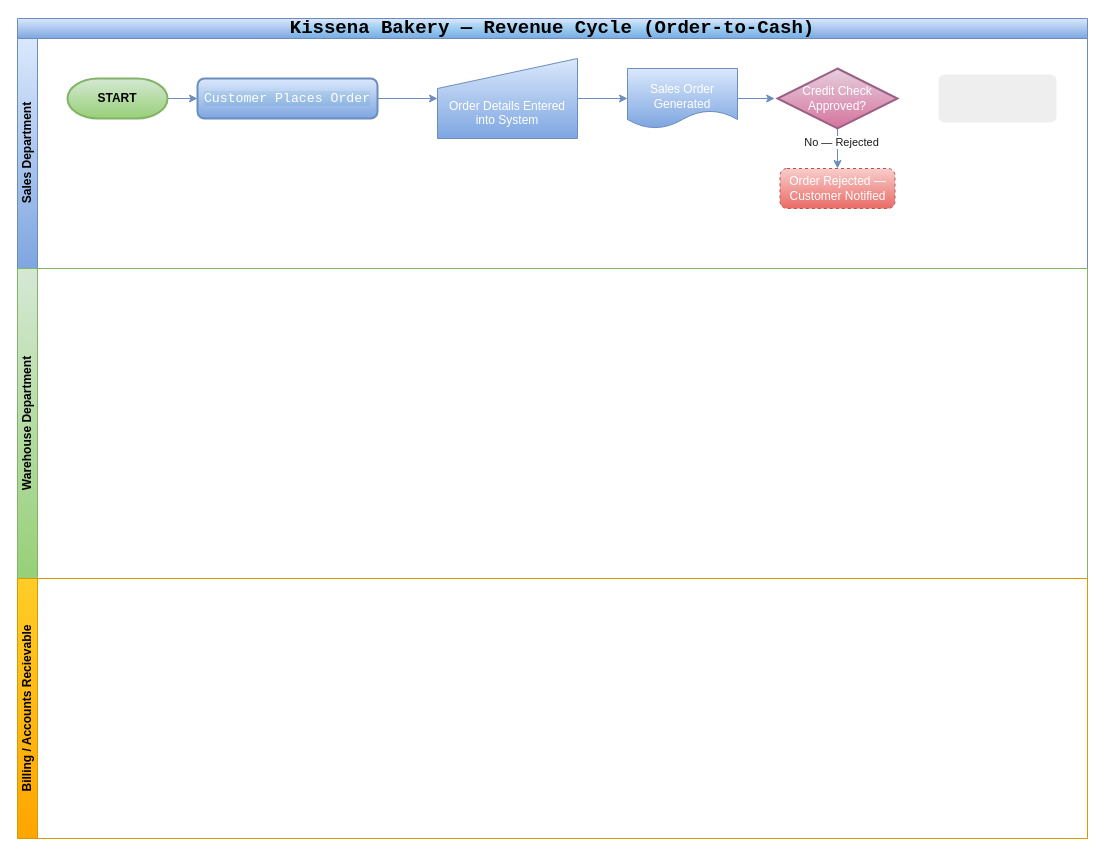
Earlier version of the draw.io diagram Revenue_Cycle_Controls.drawio (junoldlibayo/drawio). Source tidied: cells renumbered, new cells numbered last; positions are measured from the earlier drawing's top-left corner, leaving out a move shared by most shapes. Both pictures are drawn from the tidied source at 100%, with x=0, y=0 at pixel (17, 18).
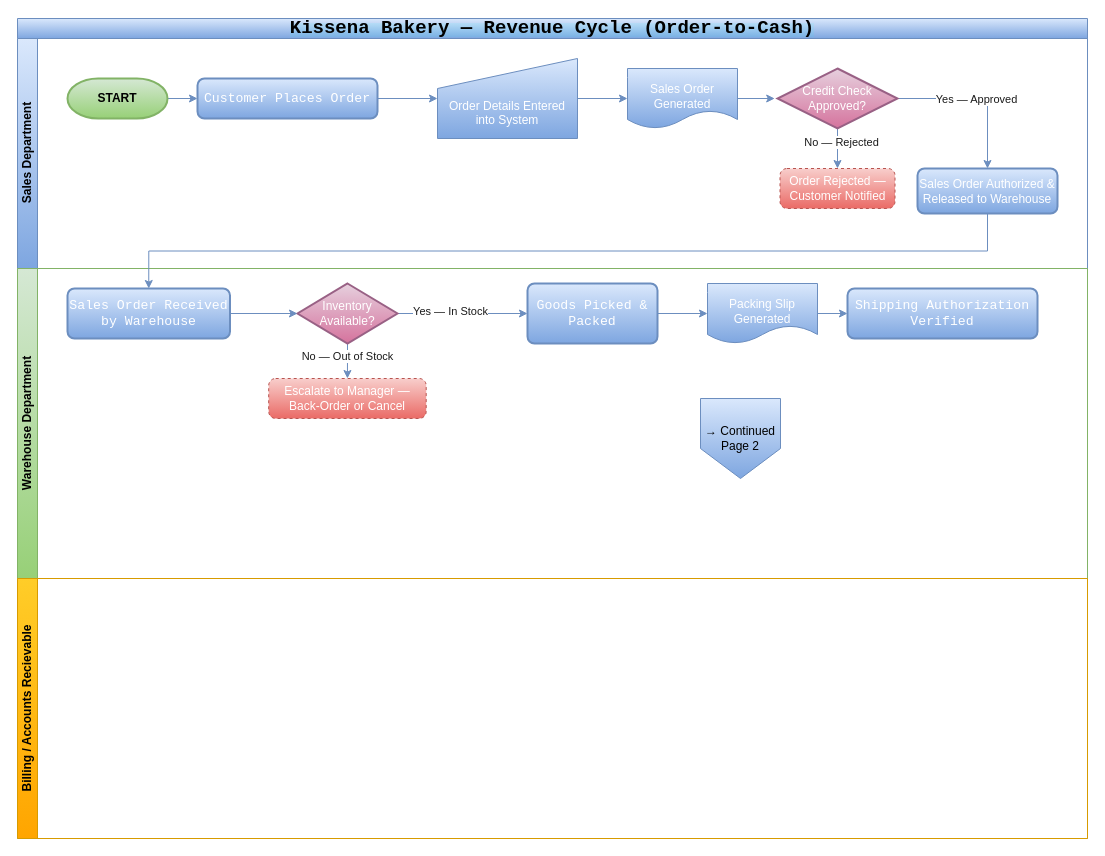
The same page after the edit.

Unchanged cells that the change refers to:
```xml
<mxCell id="2" value="&lt;span style=&quot;font-family: &amp;quot;Share Tech Mono&amp;quot;, monospace; text-wrap-mode: wrap; background-color: rgba(0, 245, 255, 0.08);&quot;&gt;&lt;font style=&quot;font-size: 19px;&quot;&gt;Kissena Bakery — Revenue Cycle (Order-to-Cash)&lt;/font&gt;&lt;/span&gt;" style="swimlane;horizontal=1;startSize=20;html=1;strokeColor=#6c8ebf;fillColor=#dae8fc;align=center;labelBackgroundColor=none;gradientColor=#7ea6e0;verticalAlign=middle;whiteSpace=wrap;fontColor=light-dark(#000000,#FFFFFF);" parent="1" vertex="1">
  <mxGeometry width="1070" height="820" as="geometry" />
</mxCell>
<mxCell id="3" value="Sales Department" style="swimlane;startSize=20;horizontal=0;html=1;strokeColor=#6c8ebf;fillColor=#dae8fc;labelBackgroundColor=none;gradientColor=#7ea6e0;" parent="2" vertex="1">
  <mxGeometry y="20" width="1070" height="230" as="geometry" />
</mxCell>
<mxCell id="13" value="&lt;font style=&quot;color: light-dark(rgb(255, 255, 255), rgb(255, 255, 255));&quot;&gt;Credit Check Approved?&lt;/font&gt;" style="strokeWidth=2;html=1;shape=mxgraph.flowchart.decision;whiteSpace=wrap;strokeColor=#996185;fillColor=#e6d0de;gradientColor=#d5739d;" parent="3" vertex="1">
  <mxGeometry x="760" y="30" width="120" height="60" as="geometry" />
</mxCell>
<mxCell id="17" value="Warehouse Department" style="swimlane;startSize=20;horizontal=0;html=1;strokeColor=#82b366;fillColor=#d5e8d4;labelBackgroundColor=none;gradientColor=#97d077;verticalAlign=middle;whiteSpace=wrap;" parent="2" vertex="1">
  <mxGeometry y="250" width="1070" height="310" as="geometry" />
</mxCell>
```

Diff of the diagram source:
```diff
@@
-    <mxCell id="7" value="&lt;span style=&quot;font-family: &amp;quot;Share Tech Mono&amp;quot;, monospace; font-size: 13.192px; text-align: start; background-color: rgba(0, 115, 123, 0.08);&quot;&gt;Customer Places Order&lt;/span&gt;" style="rounded=1;whiteSpace=wrap;html=1;absoluteArcSize=1;arcSize=14;strokeWidth=2;strokeColor=#6c8ebf;fillColor=#dae8fc;gradientColor=#7ea6e0;fontColor=light-dark(#FFFFFF,#FFFFFF);" parent="3" vertex="1">
+    <mxCell id="7" value="&lt;span style=&quot;font-family: &amp;quot;Share Tech Mono&amp;quot;, monospace; font-size: 13.192px; text-align: start;&quot;&gt;Customer Places Order&lt;/span&gt;" style="rounded=1;whiteSpace=wrap;html=1;absoluteArcSize=1;arcSize=14;strokeWidth=2;strokeColor=#6c8ebf;fillColor=#dae8fc;gradientColor=#7ea6e0;fontColor=light-dark(#FFFFFF,#FFFFFF);" parent="3" vertex="1">
       <mxGeometry x="180" y="40" width="180" height="40" as="geometry" />
     </mxCell>
@@
+    <mxCell id="19" style="edgeStyle=orthogonalEdgeStyle;rounded=0;jettySize=auto;html=1;exitX=1;exitY=0.5;exitDx=0;exitDy=0;exitPerimeter=0;entryX=0.5;entryY=0;entryDx=0;entryDy=0;strokeColor=#6c8ebf;fontColor=#FFFFFF;fillColor=#dae8fc;gradientColor=#7ea6e0;" parent="3" edge="1" source="13" target="16">
+      <mxGeometry relative="1" as="geometry">
+        <Array as="points">
+          <mxPoint x="970" y="60" />
+        </Array>
+      </mxGeometry>
+    </mxCell>
+    <mxCell id="20" value="Yes — Approved" style="edgeLabel;html=1;align=center;verticalAlign=middle;strokeColor=#FFFFFF;fontColor=#1A1A1A;fillColor=#EEEEEE;" parent="19" vertex="1">
+      <mxGeometry x="-0.03" relative="1" as="geometry" />
+    </mxCell>
@@
-    <mxCell id="16" style="rounded=1;whiteSpace=wrap;html=1;absoluteArcSize=1;arcSize=14;strokeWidth=2;strokeColor=#FFFFFF;fontColor=#1A1A1A;fillColor=#EEEEEE;" parent="3" vertex="1">
-      <mxGeometry x="920" y="35" width="120" height="50" as="geometry" />
+    <mxCell id="16" value="&lt;font style=&quot;color: light-dark(rgb(255, 255, 255), rgb(255, 255, 255));&quot;&gt;Sales Order Authorized &amp;amp; Released to Warehouse&lt;/font&gt;" style="rounded=1;whiteSpace=wrap;html=1;absoluteArcSize=1;arcSize=14;strokeWidth=2;strokeColor=#6c8ebf;fillColor=#dae8fc;gradientColor=#7ea6e0;" parent="3" vertex="1">
+      <mxGeometry x="900" y="130" width="140" height="45" as="geometry" />
     </mxCell>
@@
+    <mxCell id="21" value="&lt;span style=&quot;font-family: &amp;quot;Share Tech Mono&amp;quot;, monospace; font-size: 13.192px; text-align: start;&quot;&gt;Sales Order Received by Warehouse&lt;/span&gt;" style="rounded=1;whiteSpace=wrap;html=1;absoluteArcSize=1;arcSize=14;strokeWidth=2;strokeColor=#6c8ebf;fillColor=#dae8fc;gradientColor=#7ea6e0;fontColor=light-dark(#FFFFFF,#FFFFFF);" parent="17" vertex="1">
+      <mxGeometry x="50" y="20" width="162.5" height="50" as="geometry" />
+    </mxCell>
+    <mxCell id="22" style="edgeStyle=orthogonalEdgeStyle;rounded=0;jettySize=auto;html=1;exitX=0.5;exitY=1;exitDx=0;exitDy=0;exitPerimeter=0;entryX=0.5;entryY=0;entryDx=0;entryDy=0;strokeColor=#6c8ebf;fontColor=#FFFFFF;fillColor=#dae8fc;gradientColor=#7ea6e0;" parent="17" edge="1" source="26" target="28">
+      <mxGeometry relative="1" as="geometry" />
+    </mxCell>
+    <mxCell id="23" value="No — Out of Stock" style="edgeLabel;html=1;align=center;verticalAlign=middle;strokeColor=#FFFFFF;fontColor=#1A1A1A;fillColor=#EEEEEE;" parent="22" vertex="1">
+      <mxGeometry x="-0.27" relative="1" as="geometry" />
+    </mxCell>
+    <mxCell id="24" style="edgeStyle=orthogonalEdgeStyle;rounded=0;jettySize=auto;html=1;exitX=1;exitY=0.5;exitDx=0;exitDy=0;exitPerimeter=0;entryX=0;entryY=0.5;entryDx=0;entryDy=0;strokeColor=#6c8ebf;fontColor=#FFFFFF;fillColor=#dae8fc;gradientColor=#7ea6e0;" parent="17" edge="1" source="26" target="30">
+      <mxGeometry relative="1" as="geometry" />
+    </mxCell>
+    <mxCell id="25" value="Yes — In Stock" style="edgeLabel;html=1;align=center;verticalAlign=middle;strokeColor=#FFFFFF;fontColor=#1A1A1A;fillColor=#EEEEEE;" parent="24" vertex="1">
+      <mxGeometry x="-0.2" y="3" relative="1" as="geometry" />
+    </mxCell>
+    <mxCell id="26" value="&lt;font style=&quot;color: light-dark(rgb(255, 255, 255), rgb(255, 255, 255));&quot;&gt;Inventory Available?&lt;/font&gt;" style="strokeWidth=2;html=1;shape=mxgraph.flowchart.decision;whiteSpace=wrap;strokeColor=#996185;fillColor=#e6d0de;gradientColor=#d5739d;" parent="17" vertex="1">
+      <mxGeometry x="280" y="15" width="100" height="60" as="geometry" />
+    </mxCell>
+    <mxCell id="27" style="edgeStyle=orthogonalEdgeStyle;rounded=0;jettySize=auto;html=1;exitX=1;exitY=0.5;exitDx=0;exitDy=0;entryX=0;entryY=0.5;entryDx=0;entryDy=0;entryPerimeter=0;strokeColor=#6c8ebf;fontColor=#FFFFFF;fillColor=#dae8fc;gradientColor=#7ea6e0;" parent="17" edge="1" source="21" target="26">
+      <mxGeometry relative="1" as="geometry" />
+    </mxCell>
+    <mxCell id="28" value="&lt;font style=&quot;color: light-dark(rgb(255, 255, 255), rgb(255, 255, 255));&quot;&gt;Escalate to Manager — Back-Order or Cancel&lt;/font&gt;" style="rounded=1;whiteSpace=wrap;html=1;absoluteArcSize=1;arcSize=14;strokeWidth=1;strokeColor=#b85450;fillColor=#f8cecc;gradientColor=#ea6b66;dashed=1;" parent="17" vertex="1">
+      <mxGeometry x="251.2" y="110" width="157.5" height="40" as="geometry" />
+    </mxCell>
+    <mxCell id="29" style="edgeStyle=orthogonalEdgeStyle;rounded=0;jettySize=auto;html=1;exitX=1;exitY=0.5;exitDx=0;exitDy=0;entryX=0;entryY=0.5;entryDx=0;entryDy=0;strokeColor=#6c8ebf;fontColor=#FFFFFF;fillColor=#dae8fc;gradientColor=#7ea6e0;" parent="17" edge="1" source="30" target="32">
+      <mxGeometry relative="1" as="geometry" />
+    </mxCell>
+    <mxCell id="30" value="&lt;div style=&quot;&quot;&gt;&lt;font face=&quot;Share Tech Mono, monospace&quot;&gt;&lt;span style=&quot;font-size: 13.192px;&quot;&gt;Goods Picked &amp;amp; Packed&lt;/span&gt;&lt;/font&gt;&lt;/div&gt;" style="rounded=1;whiteSpace=wrap;html=1;absoluteArcSize=1;arcSize=14;strokeWidth=2;strokeColor=#6c8ebf;fillColor=#dae8fc;gradientColor=#7ea6e0;fontColor=light-dark(#FFFFFF,#FFFFFF);align=center;" parent="17" vertex="1">
+      <mxGeometry x="510" y="15" width="130" height="60" as="geometry" />
+    </mxCell>
+    <mxCell id="31" style="edgeStyle=orthogonalEdgeStyle;rounded=0;jettySize=auto;html=1;exitX=1;exitY=0.5;exitDx=0;exitDy=0;entryX=0;entryY=0.5;entryDx=0;entryDy=0;strokeColor=#6c8ebf;fontColor=#FFFFFF;fillColor=#dae8fc;gradientColor=#7ea6e0;" parent="17" edge="1" source="32" target="33">
+      <mxGeometry relative="1" as="geometry" />
+    </mxCell>
+    <mxCell id="32" value="&lt;font style=&quot;color: light-dark(rgb(255, 255, 255), rgb(255, 255, 255));&quot;&gt;&lt;br&gt;Packing Slip Generated&lt;/font&gt;" style="shape=document;whiteSpace=wrap;html=1;boundedLbl=1;strokeColor=#6c8ebf;fillColor=#dae8fc;gradientColor=#7ea6e0;" parent="17" vertex="1">
+      <mxGeometry x="690" y="15" width="110" height="60" as="geometry" />
+    </mxCell>
+    <mxCell id="33" value="&lt;span style=&quot;font-family: &amp;quot;Share Tech Mono&amp;quot;, monospace; font-size: 13.192px; text-align: start;&quot;&gt;Shipping Authorization Verified&lt;/span&gt;" style="rounded=1;whiteSpace=wrap;html=1;absoluteArcSize=1;arcSize=14;strokeWidth=2;strokeColor=#6c8ebf;fillColor=#dae8fc;gradientColor=#7ea6e0;fontColor=light-dark(#FFFFFF,#FFFFFF);" parent="17" vertex="1">
+      <mxGeometry x="830" y="20" width="190" height="50" as="geometry" />
+    </mxCell>
+    <mxCell id="34" value="&lt;font style=&quot;color: light-dark(rgb(0, 0, 0), rgb(255, 255, 255));&quot;&gt;→ Continued Page 2&lt;/font&gt;" style="shape=offPageConnector;whiteSpace=wrap;html=1;strokeColor=#6c8ebf;fillColor=#dae8fc;gradientColor=#7ea6e0;" parent="17" vertex="1">
+      <mxGeometry x="683" y="130" width="80" height="80" as="geometry" />
+    </mxCell>
@@
+    <mxCell id="35" style="edgeStyle=orthogonalEdgeStyle;rounded=0;jettySize=auto;html=1;exitX=0.5;exitY=1;exitDx=0;exitDy=0;entryX=0.5;entryY=0;entryDx=0;entryDy=0;strokeColor=#6c8ebf;fontColor=#FFFFFF;fillColor=#dae8fc;gradientColor=#7ea6e0;" parent="2" edge="1" source="16" target="21">
+      <mxGeometry relative="1" as="geometry" />
+    </mxCell>
```
